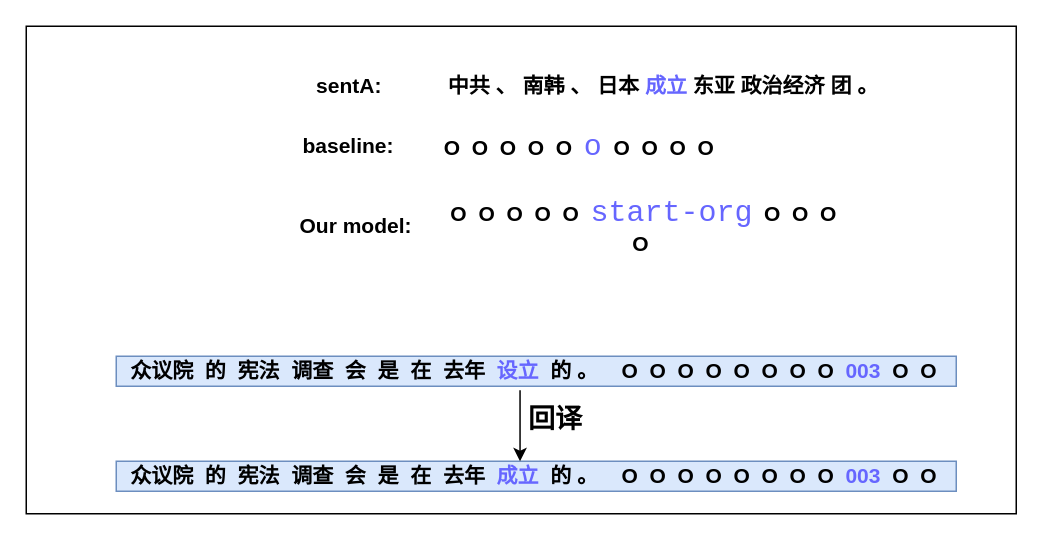
This is text_trigger.drawio from gitofding/first_repository, a draw.io file, before an edit. Source tidied: cells renumbered, new cells numbered last; positions are measured from the earlier drawing's top-left corner, leaving out a move shared by most shapes. Both pictures are drawn from the tidied source at 150%, with x=0, y=0 at pixel (26, 26).
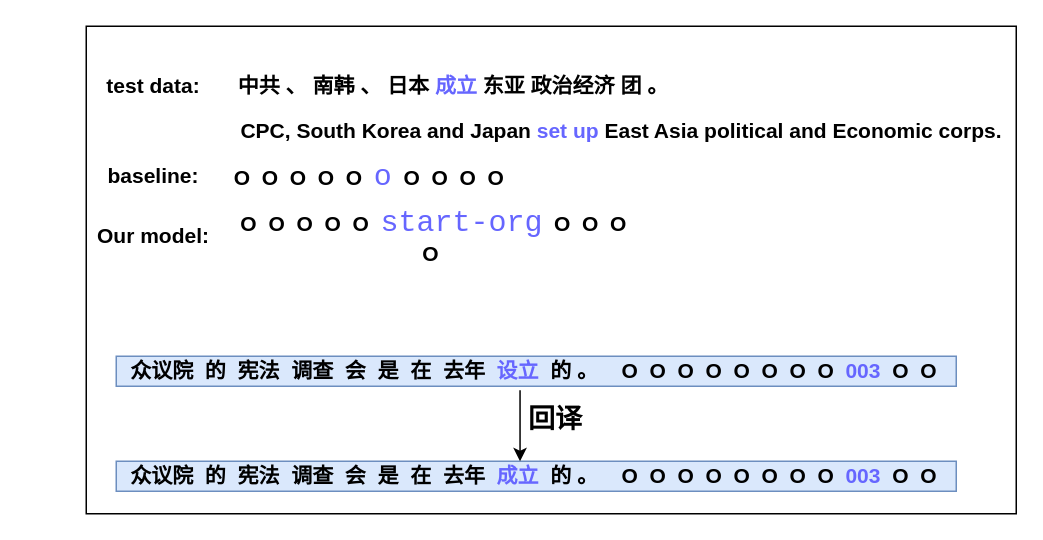
After the change.

Change to the diagram source:
```diff
@@
 <mxGraphModel>
   <root>
     <mxCell id="0" />
     <mxCell id="1" parent="0" />
     <mxCell id="2" style="rounded=0;whiteSpace=wrap;html=1;" parent="1" vertex="1">
-      <mxGeometry width="660" height="325" as="geometry" />
+      <mxGeometry x="40" width="620" height="325" as="geometry" />
     </mxCell>
     <mxCell id="3" value="&lt;span style=&quot;font-size: 14px&quot;&gt;&lt;b&gt;中共 、 南韩 、 日本 &lt;font color=&quot;#6666ff&quot; style=&quot;background-color: rgb(255 , 255 , 255)&quot;&gt;成立&lt;/font&gt; 东亚 政治经济 团 。&lt;span&gt; &lt;/span&gt;&lt;/b&gt;&lt;/span&gt;" style="text;html=1;align=center;verticalAlign=middle;whiteSpace=wrap;rounded=0;" parent="1" vertex="1">
-      <mxGeometry x="280" y="30" width="290" height="20" as="geometry" />
+      <mxGeometry x="140" y="30" width="290" height="20" as="geometry" />
     </mxCell>
     <mxCell id="4" value="&lt;b style=&quot;font-size: 14px&quot;&gt;&lt;span&gt;&amp;nbsp;&lt;/span&gt;&amp;nbsp;O&amp;nbsp; O&amp;nbsp; O&amp;nbsp; O&amp;nbsp; O&amp;nbsp; &lt;/b&gt;&lt;font face=&quot;consolas, monospace&quot; color=&quot;#6666ff&quot;&gt;&lt;span style=&quot;font-size: 20px ; background-color: rgb(255 , 255 , 255)&quot;&gt;o&lt;/span&gt;&lt;/font&gt;&lt;b style=&quot;font-size: 14px&quot;&gt;&amp;nbsp; O&amp;nbsp; O&amp;nbsp; O&amp;nbsp; O&lt;/b&gt;" style="text;html=1;align=center;verticalAlign=middle;whiteSpace=wrap;rounded=0;" parent="1" vertex="1">
-      <mxGeometry x="270" y="70" width="190" height="20" as="geometry" />
+      <mxGeometry x="130" y="90" width="190" height="20" as="geometry" />
     </mxCell>
     <mxCell id="5" value="&lt;span style=&quot;font-size: 14px&quot;&gt;&lt;b&gt;&lt;span&gt;&amp;nbsp;&lt;/span&gt;&amp;nbsp;O&amp;nbsp; O&amp;nbsp; O&amp;nbsp; O&amp;nbsp; O&amp;nbsp;&amp;nbsp;&lt;/b&gt;&lt;/span&gt;&lt;span style=&quot;background-color: rgb(255 , 255 , 255) ; font-family: &amp;#34;consolas&amp;#34; , monospace ; font-size: 15pt&quot;&gt;&lt;font color=&quot;#6666ff&quot;&gt;start-org&lt;/font&gt;&lt;/span&gt;&lt;b style=&quot;font-size: 14px&quot;&gt;&amp;nbsp; O&amp;nbsp; O&amp;nbsp; O&amp;nbsp; O&lt;/b&gt;" style="text;html=1;align=center;verticalAlign=middle;whiteSpace=wrap;rounded=0;" parent="1" vertex="1">
-      <mxGeometry x="270" y="122.5" width="280" height="20" as="geometry" />
+      <mxGeometry x="130" y="130" width="280" height="20" as="geometry" />
     </mxCell>
     <mxCell id="6" value="&lt;b style=&quot;font-size: 14px&quot;&gt;众议院&amp;nbsp; 的&amp;nbsp; 宪法&amp;nbsp; 调查&amp;nbsp; 会&amp;nbsp; 是&amp;nbsp; 在&amp;nbsp; 去年&amp;nbsp; &lt;font color=&quot;#6666ff&quot;&gt;成立&amp;nbsp;&lt;/font&gt; 的 。&amp;nbsp;&amp;nbsp;&amp;nbsp; O&amp;nbsp; O&amp;nbsp; O&amp;nbsp; O&amp;nbsp; O&amp;nbsp; O&amp;nbsp; O&amp;nbsp; O&amp;nbsp;&amp;nbsp;&lt;font color=&quot;#6666ff&quot;&gt;003&amp;nbsp;&lt;/font&gt; O&amp;nbsp; O&amp;nbsp;&lt;/b&gt;" style="text;html=1;align=center;verticalAlign=middle;strokeColor=#6c8ebf;fillColor=#dae8fc;" parent="1" vertex="1">
       <mxGeometry x="60" y="290" width="560" height="20" as="geometry" />
     </mxCell>
     <mxCell id="7" value="&lt;b style=&quot;font-size: 14px&quot;&gt;众议院&amp;nbsp; 的&amp;nbsp; 宪法&amp;nbsp; 调查&amp;nbsp; 会&amp;nbsp; 是&amp;nbsp; 在&amp;nbsp; 去年&amp;nbsp; &lt;font color=&quot;#6666ff&quot;&gt;设立&amp;nbsp;&lt;/font&gt; 的 。&amp;nbsp;&amp;nbsp;&amp;nbsp; O&amp;nbsp; O&amp;nbsp; O&amp;nbsp; O&amp;nbsp; O&amp;nbsp; O&amp;nbsp; O&amp;nbsp; O&amp;nbsp;&amp;nbsp;&lt;font color=&quot;#6666ff&quot;&gt;003&amp;nbsp;&lt;/font&gt; O&amp;nbsp; O&amp;nbsp;&lt;/b&gt;" style="text;html=1;align=center;verticalAlign=middle;strokeColor=#6c8ebf;fillColor=#dae8fc;" parent="1" vertex="1">
       <mxGeometry x="60" y="220" width="560" height="20" as="geometry" />
     </mxCell>
     <mxCell id="8" value="&lt;font style=&quot;font-size: 14px&quot;&gt;&lt;b&gt;baseline:&lt;/b&gt;&lt;/font&gt;" style="text;html=1;strokeColor=none;fillColor=none;align=center;verticalAlign=middle;whiteSpace=wrap;rounded=0;" parent="1" vertex="1">
-      <mxGeometry x="180" y="70" width="70" height="20" as="geometry" />
+      <mxGeometry x="50" y="90" width="70" height="20" as="geometry" />
     </mxCell>
     <mxCell id="9" value="&lt;font style=&quot;font-size: 14px&quot;&gt;&lt;b&gt;Our model:&lt;/b&gt;&lt;/font&gt;" style="text;html=1;strokeColor=none;fillColor=none;align=center;verticalAlign=middle;whiteSpace=wrap;rounded=0;" parent="1" vertex="1">
-      <mxGeometry x="180" y="115" width="80" height="35" as="geometry" />
+      <mxGeometry x="45" y="122.5" width="80" height="35" as="geometry" />
     </mxCell>
     <mxCell id="10" style="endArrow=classic;html=1;exitX=0.461;exitY=1.13;exitDx=0;exitDy=0;exitPerimeter=0;entryX=0.461;entryY=0;entryDx=0;entryDy=0;entryPerimeter=0;" parent="1" edge="1">
       <mxGeometry relative="1" as="geometry">
         <mxPoint x="329.2" y="242.6" as="sourcePoint" />
         <mxPoint x="329.2" y="290" as="targetPoint" />
       </mxGeometry>
     </mxCell>
     <mxCell id="11" value="&lt;font style=&quot;font-size: 18px&quot;&gt;&lt;b&gt;回译&lt;/b&gt;&lt;/font&gt;" style="text;html=1;align=center;verticalAlign=middle;whiteSpace=wrap;rounded=0;" parent="1" vertex="1">
       <mxGeometry x="333" y="252" width="40" height="20" as="geometry" />
     </mxCell>
-    <mxCell id="12" value="&lt;font style=&quot;font-size: 14px&quot;&gt;&lt;b&gt;sentA:&lt;/b&gt;&lt;/font&gt;" style="text;html=1;strokeColor=none;fillColor=none;align=center;verticalAlign=middle;whiteSpace=wrap;rounded=0;" parent="1" vertex="1">
-      <mxGeometry x="187.5" y="30" width="55" height="20" as="geometry" />
+    <mxCell id="12" value="&lt;font style=&quot;font-size: 14px&quot;&gt;&lt;b&gt;test data:&lt;/b&gt;&lt;/font&gt;" style="text;html=1;strokeColor=none;fillColor=none;align=center;verticalAlign=middle;whiteSpace=wrap;rounded=0;" parent="1" vertex="1">
+      <mxGeometry x="50" y="30" width="70" height="20" as="geometry" />
     </mxCell>
+    <mxCell id="13" value="&lt;font style=&quot;font-size: 14px&quot;&gt;&lt;b&gt;CPC, South Korea and Japan &lt;font color=&quot;#6666ff&quot;&gt;set up&lt;/font&gt; East Asia political and Economic corps.&lt;/b&gt;&lt;/font&gt;" style="text;html=1;strokeColor=none;fillColor=none;align=center;verticalAlign=middle;whiteSpace=wrap;rounded=0;" parent="1" vertex="1">
+      <mxGeometry x="140" y="60" width="513.5" height="20" as="geometry" />
+    </mxCell>
   </root>
 </mxGraphModel>
```
